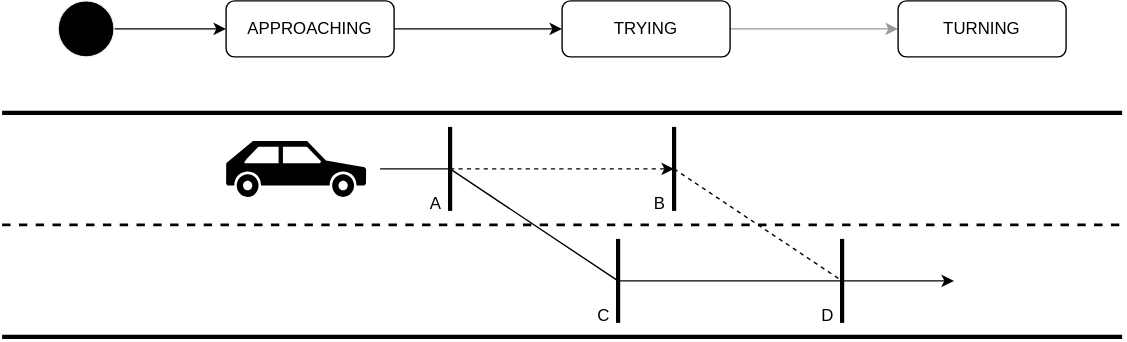
The draw.io diagram docs/design/autoware-interfaces/ad-api/features/planning-factors/steering-factors-2.drawio.svg in autowarefoundation/autoware-documentation, before a commit. Source tidied: cells renumbered, new cells last; positions are measured from the earlier drawing's top-left corner, leaving out a move shared by most shapes. The source it was exported from:
```xml
<mxGraphModel>
  <root>
    <mxCell id="0" />
    <mxCell id="1" parent="0" />
    <mxCell id="2" style="endArrow=none;html=1;strokeWidth=3;fillColor=#e51400;strokeColor=#000000;endSize=5;startSize=5;" parent="1" edge="1">
      <mxGeometry relative="1" as="geometry">
        <mxPoint x="480" y="150" as="sourcePoint" />
        <mxPoint x="480" y="90" as="targetPoint" />
      </mxGeometry>
    </mxCell>
    <mxCell id="3" style="endArrow=none;html=1;strokeWidth=3;" parent="1" edge="1">
      <mxGeometry relative="1" as="geometry">
        <mxPoint y="80" as="sourcePoint" />
        <mxPoint x="800" y="80" as="targetPoint" />
      </mxGeometry>
    </mxCell>
    <mxCell id="4" style="endArrow=none;html=1;strokeWidth=3;" parent="1" edge="1">
      <mxGeometry relative="1" as="geometry">
        <mxPoint y="240" as="sourcePoint" />
        <mxPoint x="800" y="240" as="targetPoint" />
      </mxGeometry>
    </mxCell>
    <mxCell id="5" style="endArrow=none;dashed=1;html=1;strokeWidth=2;" parent="1" edge="1">
      <mxGeometry relative="1" as="geometry">
        <mxPoint y="160" as="sourcePoint" />
        <mxPoint x="800" y="160" as="targetPoint" />
      </mxGeometry>
    </mxCell>
    <mxCell id="6" style="shape=mxgraph.signs.transportation.car_3;html=1;fillColor=#000000;strokeColor=none;verticalLabelPosition=bottom;verticalAlign=top;align=center;flipH=1;" parent="1" vertex="1">
      <mxGeometry x="160" y="100" width="100" height="40" as="geometry" />
    </mxCell>
    <mxCell id="7" style="endArrow=classic;html=1;dashed=1;" parent="1" edge="1">
      <mxGeometry relative="1" as="geometry">
        <mxPoint x="320" y="120" as="sourcePoint" />
        <mxPoint x="480" y="120" as="targetPoint" />
      </mxGeometry>
    </mxCell>
    <mxCell id="8" style="edgeStyle=none;html=1;" parent="1" edge="1" source="9" target="11">
      <mxGeometry relative="1" as="geometry" />
    </mxCell>
    <mxCell id="9" style="shape=ellipse;html=1;fillColor=#000000;fontSize=18;fontColor=#ffffff;strokeColor=#F0F0F0;" parent="1" vertex="1">
      <mxGeometry x="40" width="40" height="40" as="geometry" />
    </mxCell>
    <mxCell id="10" style="edgeStyle=none;html=1;" parent="1" edge="1" source="11" target="13">
      <mxGeometry relative="1" as="geometry" />
    </mxCell>
    <mxCell id="11" value="APPROACHING" style="rounded=1;whiteSpace=wrap;html=1;" parent="1" vertex="1">
      <mxGeometry x="160" width="120" height="40" as="geometry" />
    </mxCell>
    <mxCell id="12" style="edgeStyle=none;html=1;endArrow=classic;endFill=1;strokeColor=#999999;" parent="1" edge="1" source="13" target="21">
      <mxGeometry relative="1" as="geometry" />
    </mxCell>
    <mxCell id="13" value="TRYING" style="rounded=1;whiteSpace=wrap;html=1;" parent="1" vertex="1">
      <mxGeometry x="400" width="120" height="40" as="geometry" />
    </mxCell>
    <mxCell id="14" style="endArrow=none;html=1;strokeWidth=3;fillColor=#e51400;strokeColor=#000000;endSize=5;startSize=5;" parent="1" edge="1">
      <mxGeometry relative="1" as="geometry">
        <mxPoint x="320" y="150" as="sourcePoint" />
        <mxPoint x="320" y="90" as="targetPoint" />
      </mxGeometry>
    </mxCell>
    <mxCell id="15" style="endArrow=none;html=1;strokeWidth=3;fillColor=#e51400;strokeColor=#000000;endSize=5;startSize=5;" parent="1" edge="1">
      <mxGeometry relative="1" as="geometry">
        <mxPoint x="440" y="230" as="sourcePoint" />
        <mxPoint x="440" y="170" as="targetPoint" />
      </mxGeometry>
    </mxCell>
    <mxCell id="16" style="endArrow=none;html=1;strokeWidth=3;fillColor=#e51400;strokeColor=#000000;endSize=5;startSize=5;" parent="1" edge="1">
      <mxGeometry relative="1" as="geometry">
        <mxPoint x="600" y="230" as="sourcePoint" />
        <mxPoint x="600" y="170" as="targetPoint" />
      </mxGeometry>
    </mxCell>
    <mxCell id="17" style="endArrow=classic;html=1;" parent="1" edge="1">
      <mxGeometry relative="1" as="geometry">
        <mxPoint x="440" y="200" as="sourcePoint" />
        <mxPoint x="680" y="200" as="targetPoint" />
      </mxGeometry>
    </mxCell>
    <mxCell id="18" style="endArrow=none;html=1;" parent="1" edge="1">
      <mxGeometry relative="1" as="geometry">
        <mxPoint x="320" y="120" as="sourcePoint" />
        <mxPoint x="440" y="200" as="targetPoint" />
      </mxGeometry>
    </mxCell>
    <mxCell id="19" style="endArrow=none;html=1;" parent="1" edge="1">
      <mxGeometry relative="1" as="geometry">
        <mxPoint x="270" y="120" as="sourcePoint" />
        <mxPoint x="320" y="120" as="targetPoint" />
      </mxGeometry>
    </mxCell>
    <mxCell id="20" style="endArrow=none;html=1;dashed=1;endFill=0;" parent="1" edge="1">
      <mxGeometry relative="1" as="geometry">
        <mxPoint x="480" y="120" as="sourcePoint" />
        <mxPoint x="600" y="200" as="targetPoint" />
      </mxGeometry>
    </mxCell>
    <mxCell id="21" value="TURNING" style="rounded=1;whiteSpace=wrap;html=1;" parent="1" vertex="1">
      <mxGeometry x="640" width="120" height="40" as="geometry" />
    </mxCell>
    <mxCell id="22" value="A" style="text;html=1;strokeColor=none;fillColor=none;align=center;verticalAlign=middle;whiteSpace=wrap;rounded=0;" parent="1" vertex="1">
      <mxGeometry x="300" y="130" width="20" height="30" as="geometry" />
    </mxCell>
    <mxCell id="23" value="B" style="text;html=1;strokeColor=none;fillColor=none;align=center;verticalAlign=middle;whiteSpace=wrap;rounded=0;" parent="1" vertex="1">
      <mxGeometry x="460" y="130" width="20" height="30" as="geometry" />
    </mxCell>
    <mxCell id="24" value="C" style="text;html=1;strokeColor=none;fillColor=none;align=center;verticalAlign=middle;whiteSpace=wrap;rounded=0;" parent="1" vertex="1">
      <mxGeometry x="420" y="210" width="20" height="30" as="geometry" />
    </mxCell>
    <mxCell id="25" value="D" style="text;html=1;strokeColor=none;fillColor=none;align=center;verticalAlign=middle;whiteSpace=wrap;rounded=0;" parent="1" vertex="1">
      <mxGeometry x="580" y="210" width="20" height="30" as="geometry" />
    </mxCell>
  </root>
</mxGraphModel>
```
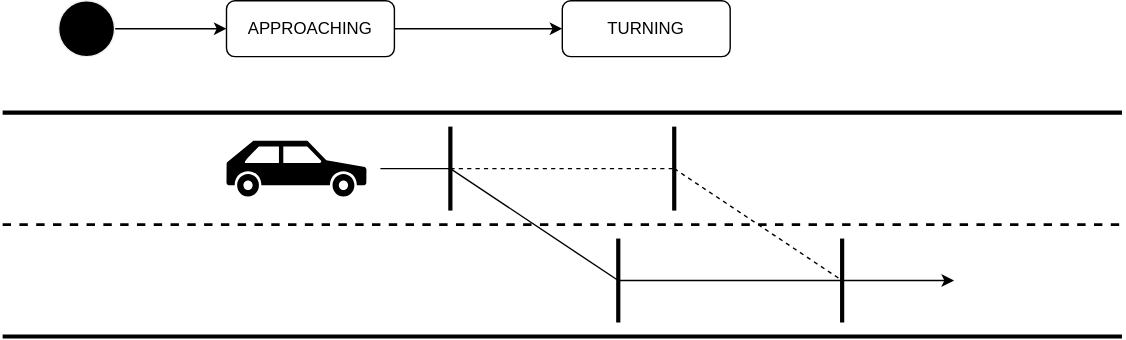
Later version of the same file.

The edit, as a diff of the source:
```diff
@@ -29,7 +29,7 @@
     <mxCell id="6" style="shape=mxgraph.signs.transportation.car_3;html=1;fillColor=#000000;strokeColor=none;verticalLabelPosition=bottom;verticalAlign=top;align=center;flipH=1;" parent="1" vertex="1">
       <mxGeometry x="160" y="100" width="100" height="40" as="geometry" />
     </mxCell>
-    <mxCell id="7" style="endArrow=classic;html=1;dashed=1;" parent="1" edge="1">
+    <mxCell id="7" style="endArrow=none;html=1;dashed=1;endFill=0;" parent="1" edge="1">
       <mxGeometry relative="1" as="geometry">
         <mxPoint x="320" y="120" as="sourcePoint" />
         <mxPoint x="480" y="120" as="targetPoint" />
@@ -41,18 +41,12 @@
     <mxCell id="9" style="shape=ellipse;html=1;fillColor=#000000;fontSize=18;fontColor=#ffffff;strokeColor=#F0F0F0;" parent="1" vertex="1">
       <mxGeometry x="40" width="40" height="40" as="geometry" />
     </mxCell>
-    <mxCell id="10" style="edgeStyle=none;html=1;" parent="1" edge="1" source="11" target="13">
-      <mxGeometry relative="1" as="geometry" />
-    </mxCell>
+    <mxCell id="26" style="edgeStyle=none;html=1;" parent="1" edge="1" source="11" target="21">
+      <mxGeometry relative="1" as="geometry" />
+    </mxCell>
     <mxCell id="11" value="APPROACHING" style="rounded=1;whiteSpace=wrap;html=1;" parent="1" vertex="1">
       <mxGeometry x="160" width="120" height="40" as="geometry" />
     </mxCell>
-    <mxCell id="12" style="edgeStyle=none;html=1;endArrow=classic;endFill=1;strokeColor=#999999;" parent="1" edge="1" source="13" target="21">
-      <mxGeometry relative="1" as="geometry" />
-    </mxCell>
-    <mxCell id="13" value="TRYING" style="rounded=1;whiteSpace=wrap;html=1;" parent="1" vertex="1">
-      <mxGeometry x="400" width="120" height="40" as="geometry" />
-    </mxCell>
     <mxCell id="14" style="endArrow=none;html=1;strokeWidth=3;fillColor=#e51400;strokeColor=#000000;endSize=5;startSize=5;" parent="1" edge="1">
       <mxGeometry relative="1" as="geometry">
         <mxPoint x="320" y="150" as="sourcePoint" />
@@ -96,19 +90,7 @@
       </mxGeometry>
     </mxCell>
     <mxCell id="21" value="TURNING" style="rounded=1;whiteSpace=wrap;html=1;" parent="1" vertex="1">
-      <mxGeometry x="640" width="120" height="40" as="geometry" />
+      <mxGeometry x="400" width="120" height="40" as="geometry" />
     </mxCell>
-    <mxCell id="22" value="A" style="text;html=1;strokeColor=none;fillColor=none;align=center;verticalAlign=middle;whiteSpace=wrap;rounded=0;" parent="1" vertex="1">
-      <mxGeometry x="300" y="130" width="20" height="30" as="geometry" />
-    </mxCell>
-    <mxCell id="23" value="B" style="text;html=1;strokeColor=none;fillColor=none;align=center;verticalAlign=middle;whiteSpace=wrap;rounded=0;" parent="1" vertex="1">
-      <mxGeometry x="460" y="130" width="20" height="30" as="geometry" />
-    </mxCell>
-    <mxCell id="24" value="C" style="text;html=1;strokeColor=none;fillColor=none;align=center;verticalAlign=middle;whiteSpace=wrap;rounded=0;" parent="1" vertex="1">
-      <mxGeometry x="420" y="210" width="20" height="30" as="geometry" />
-    </mxCell>
-    <mxCell id="25" value="D" style="text;html=1;strokeColor=none;fillColor=none;align=center;verticalAlign=middle;whiteSpace=wrap;rounded=0;" parent="1" vertex="1">
-      <mxGeometry x="580" y="210" width="20" height="30" as="geometry" />
-    </mxCell>
   </root>
 </mxGraphModel>
```
